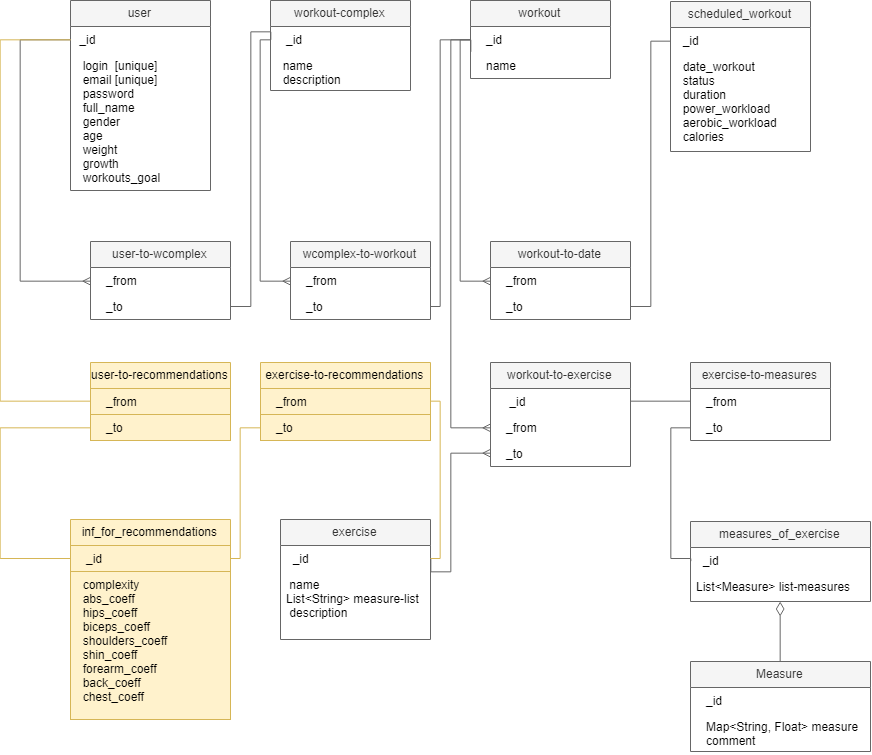
This is pic/data-model.png from bogatovam/netcracker-project, a draw.io export, as it was before one commit. Source tidied: cells renumbered, new cells last; positions are measured from the earlier drawing's top-left corner, leaving out a move shared by most shapes.
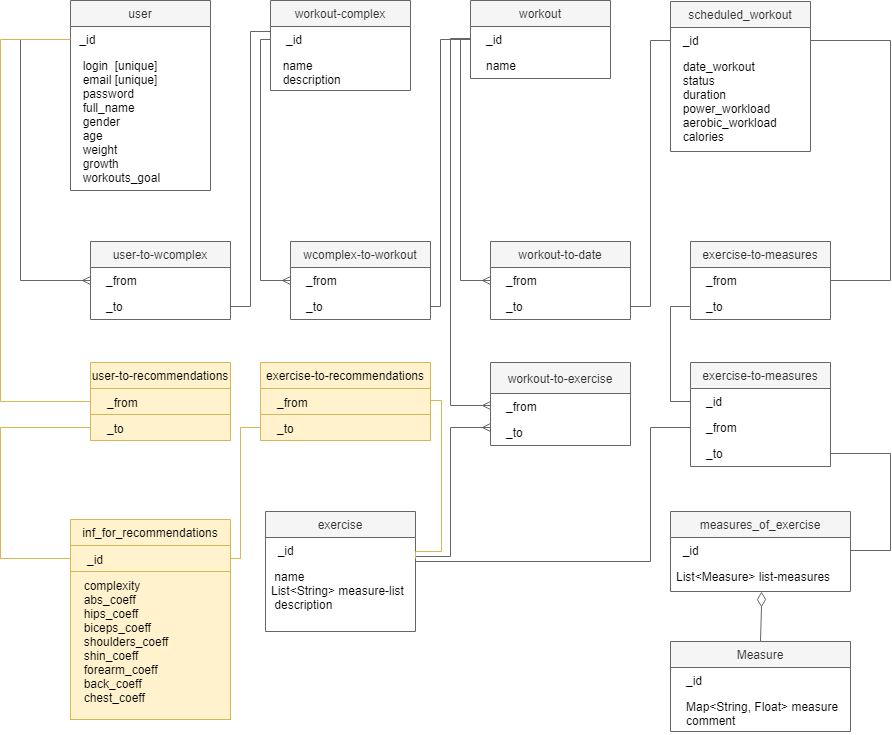
The same diagram one commit later.

Diff of the diagram source:
```diff
@@ -111,7 +111,7 @@
       </mxGeometry>
     </mxCell>
     <mxCell id="29" value="exercise" style="swimlane;fontStyle=0;horizontal=1;startSize=26;comic=0;fillColor=#f5f5f5;strokeColor=#666666;fontColor=#333333;" parent="1" vertex="1">
-      <mxGeometry x="280" y="519" width="150" height="120" as="geometry" />
+      <mxGeometry x="265" y="511" width="150" height="120" as="geometry" />
     </mxCell>
     <mxCell id="30" value="  _id" style="text;align=left;verticalAlign=top;spacingLeft=4;spacingRight=4;overflow=hidden;points=[[0,0.5],[1,0.5]];portConstraint=eastwest;comic=0;" parent="29" vertex="1">
       <mxGeometry y="26" width="150" height="26" as="geometry" />
@@ -119,28 +119,30 @@
     <mxCell id="31" value=" name &#10;List&lt;String&gt; measure-list &#10; description " style="text;align=left;verticalAlign=top;spacingLeft=4;spacingRight=4;overflow=hidden;comic=0;" parent="29" vertex="1">
       <mxGeometry y="52" width="150" height="68" as="geometry" />
     </mxCell>
-    <mxCell id="32" value="workout-to-exercise" style="swimlane;fontStyle=0;horizontal=1;startSize=26;comic=0;fillColor=#f5f5f5;strokeColor=#666666;fontColor=#333333;" parent="1" vertex="1">
-      <mxGeometry x="490" y="362" width="140" height="104" as="geometry" />
+    <mxCell id="32" value="workout-to-exercise" style="swimlane;fontStyle=0;horizontal=1;startSize=31;comic=0;fillColor=#f5f5f5;strokeColor=#666666;fontColor=#333333;" parent="1" vertex="1">
+      <mxGeometry x="490" y="362" width="140" height="83" as="geometry" />
     </mxCell>
-    <mxCell id="33" value="    _id" style="text;align=left;verticalAlign=top;spacingLeft=4;spacingRight=4;overflow=hidden;points=[[0,0.5],[1,0.5]];portConstraint=eastwest;comic=0;" parent="32" vertex="1">
-      <mxGeometry y="26" width="140" height="26" as="geometry" />
-    </mxCell>
     <mxCell id="34" value="   _from" style="text;align=left;verticalAlign=top;spacingLeft=4;spacingRight=4;overflow=hidden;points=[[0,0.5],[1,0.5]];portConstraint=eastwest;comic=0;" parent="32" vertex="1">
-      <mxGeometry y="52" width="140" height="26" as="geometry" />
+      <mxGeometry y="31" width="140" height="26" as="geometry" />
     </mxCell>
     <mxCell id="35" value="   _to" style="text;align=left;verticalAlign=top;spacingLeft=4;spacingRight=4;overflow=hidden;points=[[0,0.5],[1,0.5]];portConstraint=eastwest;comic=0;" parent="32" vertex="1">
-      <mxGeometry y="78" width="140" height="26" as="geometry" />
+      <mxGeometry y="57" width="140" height="26" as="geometry" />
     </mxCell>
-    <mxCell id="36" style="edgeStyle=orthogonalEdgeStyle;rounded=0;jumpStyle=arc;jettySize=auto;html=1;endArrow=ERmany;endFill=0;entryX=0;entryY=0.5;entryDx=0;entryDy=0;comic=0;fillColor=#f5f5f5;strokeColor=#666666;" parent="1" edge="1" source="14" target="34">
+    <mxCell id="36" style="edgeStyle=orthogonalEdgeStyle;rounded=0;jumpStyle=arc;orthogonalLoop=1;jettySize=auto;html=1;endArrow=ERmany;endFill=0;entryX=0;entryY=0.5;entryDx=0;entryDy=0;comic=0;fillColor=#f5f5f5;strokeColor=#666666;" parent="1" edge="1">
       <mxGeometry relative="1" as="geometry">
+        <mxPoint x="470" y="38" as="sourcePoint" />
+        <mxPoint x="490" y="405" as="targetPoint" />
         <Array as="points">
-          <mxPoint x="450" y="39" />
-          <mxPoint x="450" y="427" />
+          <mxPoint x="450" y="38" />
+          <mxPoint x="450" y="405" />
         </Array>
       </mxGeometry>
     </mxCell>
+    <mxCell id="63" style="edgeStyle=orthogonalEdgeStyle;rounded=0;comic=0;jumpStyle=arc;jettySize=auto;html=1;exitX=0.5;exitY=0;exitDx=0;exitDy=0;entryX=0.504;entryY=0.988;entryDx=0;entryDy=0;entryPerimeter=0;startArrow=none;startFill=0;startSize=12;endArrow=diamondThin;endFill=0;endSize=13;fillColor=#f5f5f5;strokeColor=#666666;" parent="1" edge="1" source="37" target="42">
+      <mxGeometry relative="1" as="geometry" />
+    </mxCell>
     <mxCell id="37" value="Measure" style="swimlane;fontStyle=0;horizontal=1;startSize=26;comic=0;fillColor=#f5f5f5;strokeColor=#666666;fontColor=#333333;" parent="1" vertex="1">
-      <mxGeometry x="690" y="661" width="180" height="90" as="geometry" />
+      <mxGeometry x="670" y="641" width="180" height="90" as="geometry" />
     </mxCell>
     <mxCell id="38" value="   _id" style="text;align=left;verticalAlign=top;spacingLeft=4;spacingRight=4;overflow=hidden;comic=0;" parent="37" vertex="1">
       <mxGeometry y="26" width="180" height="26" as="geometry" />
@@ -149,7 +151,7 @@
       <mxGeometry y="52" width="180" height="38" as="geometry" />
     </mxCell>
     <mxCell id="40" value="measures_of_exercise" style="swimlane;fontStyle=0;horizontal=1;startSize=26;comic=0;fillColor=#f5f5f5;strokeColor=#666666;fontColor=#333333;" parent="1" vertex="1">
-      <mxGeometry x="690" y="521" width="180" height="80" as="geometry" />
+      <mxGeometry x="670" y="511" width="180" height="80" as="geometry" />
     </mxCell>
     <mxCell id="41" value="  _id" style="text;align=left;verticalAlign=top;spacingLeft=4;spacingRight=4;overflow=hidden;points=[[0,0.5],[1,0.5]];portConstraint=eastwest;comic=0;fillColor=none;" parent="40" vertex="1">
       <mxGeometry y="26" width="180" height="26" as="geometry" />
@@ -157,48 +159,17 @@
     <mxCell id="42" value="List&lt;Measure&gt; list-measures" style="text;align=left;verticalAlign=top;spacingLeft=4;spacingRight=4;overflow=hidden;points=[[0,0.5],[1,0.5]];portConstraint=eastwest;comic=0;fillColor=none;" parent="40" vertex="1">
       <mxGeometry y="52" width="180" height="28" as="geometry" />
     </mxCell>
-    <mxCell id="43" value="exercise-to-measures" style="swimlane;fontStyle=0;horizontal=1;startSize=26;comic=0;fillColor=#f5f5f5;strokeColor=#666666;fontColor=#333333;" parent="1" vertex="1">
-      <mxGeometry x="690" y="362" width="140" height="78" as="geometry" />
-    </mxCell>
-    <mxCell id="44" value="   _from" style="text;align=left;verticalAlign=top;spacingLeft=4;spacingRight=4;overflow=hidden;points=[[0,0.5],[1,0.5]];portConstraint=eastwest;comic=0;" parent="43" vertex="1">
-      <mxGeometry y="26" width="140" height="26" as="geometry" />
-    </mxCell>
-    <mxCell id="45" value="   _to" style="text;align=left;verticalAlign=top;spacingLeft=4;spacingRight=4;overflow=hidden;points=[[0,0.5],[1,0.5]];portConstraint=eastwest;comic=0;" parent="43" vertex="1">
-      <mxGeometry y="52" width="140" height="26" as="geometry" />
-    </mxCell>
-    <mxCell id="46" style="edgeStyle=orthogonalEdgeStyle;rounded=0;jumpStyle=arc;jettySize=auto;html=1;entryX=0;entryY=0.5;entryDx=0;entryDy=0;startArrow=none;startFill=0;endArrow=ERmany;endFill=0;endSize=6;exitX=1;exitY=0.5;exitDx=0;exitDy=0;comic=0;fillColor=#f5f5f5;strokeColor=#666666;" parent="1" edge="1" source="30" target="35">
+    <mxCell id="46" style="edgeStyle=orthogonalEdgeStyle;rounded=0;jumpStyle=arc;orthogonalLoop=1;jettySize=auto;html=1;entryX=0;entryY=0.5;entryDx=0;entryDy=0;startArrow=none;startFill=0;endArrow=ERmany;endFill=0;endSize=6;exitX=1;exitY=0.5;exitDx=0;exitDy=0;comic=0;fillColor=#f5f5f5;strokeColor=#666666;" parent="1" edge="1">
       <mxGeometry relative="1" as="geometry">
+        <mxPoint x="415" y="545" as="sourcePoint" />
+        <mxPoint x="490" y="427" as="targetPoint" />
         <Array as="points">
-          <mxPoint x="430" y="571" />
-          <mxPoint x="450" y="571" />
-          <mxPoint x="450" y="453" />
+          <mxPoint x="415" y="556" />
+          <mxPoint x="450" y="556" />
+          <mxPoint x="450" y="427" />
         </Array>
       </mxGeometry>
     </mxCell>
-    <mxCell id="47" style="edgeStyle=orthogonalEdgeStyle;rounded=0;jumpStyle=arc;jettySize=auto;html=1;startArrow=none;startFill=0;endArrow=none;endFill=0;endSize=6;entryX=0;entryY=0.5;entryDx=0;entryDy=0;comic=0;fillColor=#f5f5f5;strokeColor=#666666;" parent="1" edge="1" source="33" target="44">
-      <mxGeometry relative="1" as="geometry">
-        <Array as="points">
-          <mxPoint x="670" y="401" />
-          <mxPoint x="670" y="401" />
-        </Array>
-      </mxGeometry>
-    </mxCell>
-    <mxCell id="48" style="edgeStyle=orthogonalEdgeStyle;rounded=0;jumpStyle=arc;jettySize=auto;html=1;startArrow=diamondThin;startFill=0;endArrow=none;endFill=0;endSize=10;startSize=12;comic=0;fillColor=#f5f5f5;strokeColor=#666666;entryX=0.5;entryY=0;entryDx=0;entryDy=0;" parent="1" edge="1" source="42" target="37">
-      <mxGeometry relative="1" as="geometry">
-        <Array as="points">
-          <mxPoint x="780" y="641" />
-          <mxPoint x="780" y="641" />
-        </Array>
-      </mxGeometry>
-    </mxCell>
-    <mxCell id="49" style="edgeStyle=orthogonalEdgeStyle;rounded=0;jumpStyle=arc;jettySize=auto;html=1;entryX=0;entryY=0.5;entryDx=0;entryDy=0;startArrow=none;startFill=0;startSize=12;endArrow=none;endFill=0;endSize=12;comic=0;fillColor=#f5f5f5;strokeColor=#666666;" parent="1" edge="1" source="45" target="41">
-      <mxGeometry relative="1" as="geometry">
-        <Array as="points">
-          <mxPoint x="670" y="427" />
-          <mxPoint x="670" y="558" />
-        </Array>
-      </mxGeometry>
-    </mxCell>
     <mxCell id="50" value="inf_for_recommendations" style="swimlane;fontStyle=0;horizontal=1;startSize=26;comic=0;fillColor=#fff2cc;strokeColor=#d6b656;" parent="1" vertex="1">
       <mxGeometry x="70" y="519" width="160" height="200" as="geometry" />
     </mxCell>
@@ -250,13 +221,66 @@
         </Array>
       </mxGeometry>
     </mxCell>
-    <mxCell id="62" style="edgeStyle=orthogonalEdgeStyle;rounded=0;comic=0;jumpStyle=arc;jettySize=auto;html=1;entryX=1;entryY=0.5;entryDx=0;entryDy=0;startArrow=none;startFill=0;startSize=12;endArrow=none;endFill=0;endSize=8;fillColor=#fff2cc;strokeColor=#d6b656;" parent="1" edge="1" source="30" target="59">
+    <mxCell id="62" style="edgeStyle=orthogonalEdgeStyle;rounded=0;comic=0;jumpStyle=arc;orthogonalLoop=1;jettySize=auto;html=1;entryX=1;entryY=0.5;entryDx=0;entryDy=0;startArrow=none;startFill=0;startSize=12;endArrow=none;endFill=0;endSize=8;fillColor=#fff2cc;strokeColor=#d6b656;" parent="1" edge="1">
       <mxGeometry relative="1" as="geometry">
+        <mxPoint x="415" y="557.7" as="sourcePoint" />
+        <mxPoint x="430" y="400.3" as="targetPoint" />
         <Array as="points">
-          <mxPoint x="440" y="558" />
-          <mxPoint x="440" y="401" />
+          <mxPoint x="415" y="551" />
+          <mxPoint x="441" y="551" />
+          <mxPoint x="441" y="400" />
         </Array>
       </mxGeometry>
     </mxCell>
+    <mxCell id="64" value="exercise-to-measures" style="swimlane;fontStyle=0;horizontal=1;startSize=26;comic=0;fillColor=#f5f5f5;strokeColor=#666666;fontColor=#333333;" parent="1" vertex="1">
+      <mxGeometry x="690" y="241" width="140" height="78" as="geometry" />
+    </mxCell>
+    <mxCell id="44" value="   _from" style="text;align=left;verticalAlign=top;spacingLeft=4;spacingRight=4;overflow=hidden;points=[[0,0.5],[1,0.5]];portConstraint=eastwest;comic=0;" parent="64" vertex="1">
+      <mxGeometry y="26" width="140" height="26" as="geometry" />
+    </mxCell>
+    <mxCell id="45" value="   _to" style="text;align=left;verticalAlign=top;spacingLeft=4;spacingRight=4;overflow=hidden;points=[[0,0.5],[1,0.5]];portConstraint=eastwest;comic=0;" parent="64" vertex="1">
+      <mxGeometry y="52" width="140" height="26" as="geometry" />
+    </mxCell>
+    <mxCell id="65" style="edgeStyle=orthogonalEdgeStyle;rounded=0;comic=0;jumpStyle=arc;jettySize=auto;html=1;entryX=1;entryY=0.5;entryDx=0;entryDy=0;startArrow=none;startFill=0;startSize=12;endArrow=none;endFill=0;endSize=8;fillColor=#f5f5f5;strokeColor=#666666;" parent="1" edge="1" source="21" target="44">
+      <mxGeometry relative="1" as="geometry">
+        <Array as="points">
+          <mxPoint x="890" y="40" />
+          <mxPoint x="890" y="280" />
+        </Array>
+      </mxGeometry>
+    </mxCell>
+    <mxCell id="66" value="exercise-to-measures" style="swimlane;fontStyle=0;horizontal=1;startSize=26;comic=0;fillColor=#f5f5f5;strokeColor=#666666;fontColor=#333333;" parent="1" vertex="1">
+      <mxGeometry x="690" y="362" width="140" height="104" as="geometry" />
+    </mxCell>
+    <mxCell id="33" value="   _id" style="text;align=left;verticalAlign=top;spacingLeft=4;spacingRight=4;overflow=hidden;points=[[0,0.5],[1,0.5]];portConstraint=eastwest;comic=0;" parent="66" vertex="1">
+      <mxGeometry y="26" width="140" height="26" as="geometry" />
+    </mxCell>
+    <mxCell id="67" value="   _from" style="text;align=left;verticalAlign=top;spacingLeft=4;spacingRight=4;overflow=hidden;comic=0;" parent="66" vertex="1">
+      <mxGeometry y="52" width="140" height="26" as="geometry" />
+    </mxCell>
+    <mxCell id="68" value="   _to" style="text;align=left;verticalAlign=top;spacingLeft=4;spacingRight=4;overflow=hidden;points=[[0,0.5],[1,0.5]];portConstraint=eastwest;comic=0;" parent="66" vertex="1">
+      <mxGeometry y="78" width="140" height="26" as="geometry" />
+    </mxCell>
+    <mxCell id="69" style="edgeStyle=orthogonalEdgeStyle;rounded=0;jettySize=auto;html=1;entryX=0;entryY=0.5;entryDx=0;entryDy=0;endArrow=none;endFill=0;fillColor=#f5f5f5;strokeColor=#666666;" parent="1" edge="1" source="45" target="33">
+      <mxGeometry relative="1" as="geometry" />
+    </mxCell>
+    <mxCell id="70" style="edgeStyle=orthogonalEdgeStyle;rounded=0;orthogonalLoop=1;jettySize=auto;html=1;entryX=0;entryY=0.5;entryDx=0;entryDy=0;endArrow=none;endFill=0;fillColor=#f5f5f5;strokeColor=#666666;" parent="1" edge="1">
+      <mxGeometry relative="1" as="geometry">
+        <mxPoint x="415" y="561" as="sourcePoint" />
+        <mxPoint x="690" y="427" as="targetPoint" />
+        <Array as="points">
+          <mxPoint x="650" y="561" />
+          <mxPoint x="650" y="427" />
+        </Array>
+      </mxGeometry>
+    </mxCell>
+    <mxCell id="71" style="edgeStyle=orthogonalEdgeStyle;rounded=0;jettySize=auto;html=1;endArrow=none;endFill=0;fillColor=#f5f5f5;strokeColor=#666666;" parent="1" edge="1" source="68" target="41">
+      <mxGeometry relative="1" as="geometry">
+        <Array as="points">
+          <mxPoint x="890" y="453" />
+          <mxPoint x="890" y="550" />
+        </Array>
+      </mxGeometry>
+    </mxCell>
   </root>
 </mxGraphModel>
```
